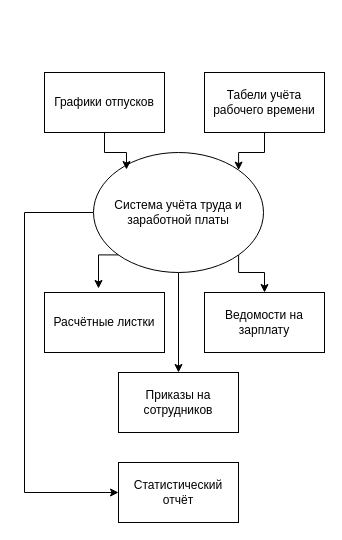
Before: page "Страница — 1" (1 of 3) of Диаграмма без названия.drawio in HoveringTurtle/testrep, a draw.io diagram. Source tidied: cells renumbered, new cells numbered last; positions are measured from the earlier drawing's top-left corner, leaving out a move shared by most shapes. Both pictures are drawn from the tidied source at 100%, with x=0, y=0 at pixel (24, 72).
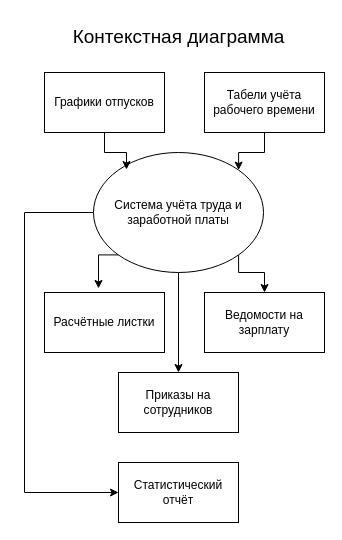
The same diagram, later.

What changed in the source:
```diff
@@
 <mxGraphModel>
   <root>
     <mxCell id="0" />
     <mxCell id="1" parent="0" />
     <mxCell id="2" style="edgeStyle=orthogonalEdgeStyle;rounded=0;jettySize=auto;html=1;exitX=1;exitY=0;exitDx=0;exitDy=0;entryX=0.5;entryY=0;entryDx=0;entryDy=0;" parent="1" edge="1" source="5" target="11">
       <mxGeometry relative="1" as="geometry">
         <Array as="points">
           <mxPoint x="214" y="200" />
           <mxPoint x="240" y="200" />
         </Array>
       </mxGeometry>
     </mxCell>
     <mxCell id="3" style="edgeStyle=orthogonalEdgeStyle;rounded=0;jettySize=auto;html=1;exitX=1;exitY=0.5;exitDx=0;exitDy=0;entryX=0.5;entryY=0;entryDx=0;entryDy=0;" parent="1" edge="1" source="5" target="9">
       <mxGeometry relative="1" as="geometry" />
     </mxCell>
     <mxCell id="4" style="edgeStyle=orthogonalEdgeStyle;rounded=0;jettySize=auto;html=1;exitX=0.5;exitY=1;exitDx=0;exitDy=0;entryX=0;entryY=0.5;entryDx=0;entryDy=0;" parent="1" edge="1" source="5" target="12">
       <mxGeometry relative="1" as="geometry">
         <Array as="points">
           <mxPoint y="140" />
           <mxPoint y="420" />
         </Array>
       </mxGeometry>
     </mxCell>
     <mxCell id="5" value="Система учёта труда и заработной платы" style="ellipse;whiteSpace=wrap;html=1;direction=south;" parent="1" vertex="1">
       <mxGeometry x="69" y="80" width="170" height="120" as="geometry" />
     </mxCell>
     <mxCell id="6" value="Графики отпусков" style="rounded=0;whiteSpace=wrap;html=1;" parent="1" vertex="1">
       <mxGeometry x="20" width="120" height="60" as="geometry" />
     </mxCell>
     <mxCell id="7" style="edgeStyle=orthogonalEdgeStyle;rounded=0;jettySize=auto;html=1;exitX=0.5;exitY=1;exitDx=0;exitDy=0;entryX=0;entryY=0;entryDx=0;entryDy=0;" parent="1" edge="1" source="8" target="5">
       <mxGeometry relative="1" as="geometry" />
     </mxCell>
     <mxCell id="8" value="Табели учёта рабочего времени" style="rounded=0;whiteSpace=wrap;html=1;" parent="1" vertex="1">
       <mxGeometry x="180" width="120" height="60" as="geometry" />
     </mxCell>
     <mxCell id="9" value="Приказы на сотрудников" style="rounded=0;whiteSpace=wrap;html=1;" parent="1" vertex="1">
       <mxGeometry x="94" y="300" width="120" height="60" as="geometry" />
     </mxCell>
     <mxCell id="10" value="Расчётные листки" style="rounded=0;whiteSpace=wrap;html=1;" parent="1" vertex="1">
       <mxGeometry x="20" y="220" width="120" height="60" as="geometry" />
     </mxCell>
     <mxCell id="11" value="Ведомости на зарплату" style="rounded=0;whiteSpace=wrap;html=1;" parent="1" vertex="1">
       <mxGeometry x="180" y="220" width="120" height="60" as="geometry" />
     </mxCell>
     <mxCell id="12" value="Статистический отчёт" style="rounded=0;whiteSpace=wrap;html=1;" parent="1" vertex="1">
       <mxGeometry x="94" y="390" width="120" height="60" as="geometry" />
     </mxCell>
     <mxCell id="13" style="edgeStyle=orthogonalEdgeStyle;rounded=0;jettySize=auto;html=1;exitX=0.5;exitY=1;exitDx=0;exitDy=0;entryX=0.142;entryY=0.806;entryDx=0;entryDy=0;entryPerimeter=0;" parent="1" edge="1" source="6" target="5">
       <mxGeometry relative="1" as="geometry" />
     </mxCell>
     <mxCell id="14" style="edgeStyle=orthogonalEdgeStyle;rounded=0;jettySize=auto;html=1;exitX=1;exitY=1;exitDx=0;exitDy=0;entryX=0.45;entryY=-0.067;entryDx=0;entryDy=0;entryPerimeter=0;" parent="1" edge="1" source="5" target="10">
       <mxGeometry relative="1" as="geometry" />
     </mxCell>
+    <mxCell id="15" value="Контекстная диаграмма" style="text;html=1;align=center;verticalAlign=middle;strokeColor=none;fillColor=none;fontSize=19;" parent="1" vertex="1">
+      <mxGeometry x="34" y="-55" width="240" height="40" as="geometry" />
+    </mxCell>
   </root>
 </mxGraphModel>
```
